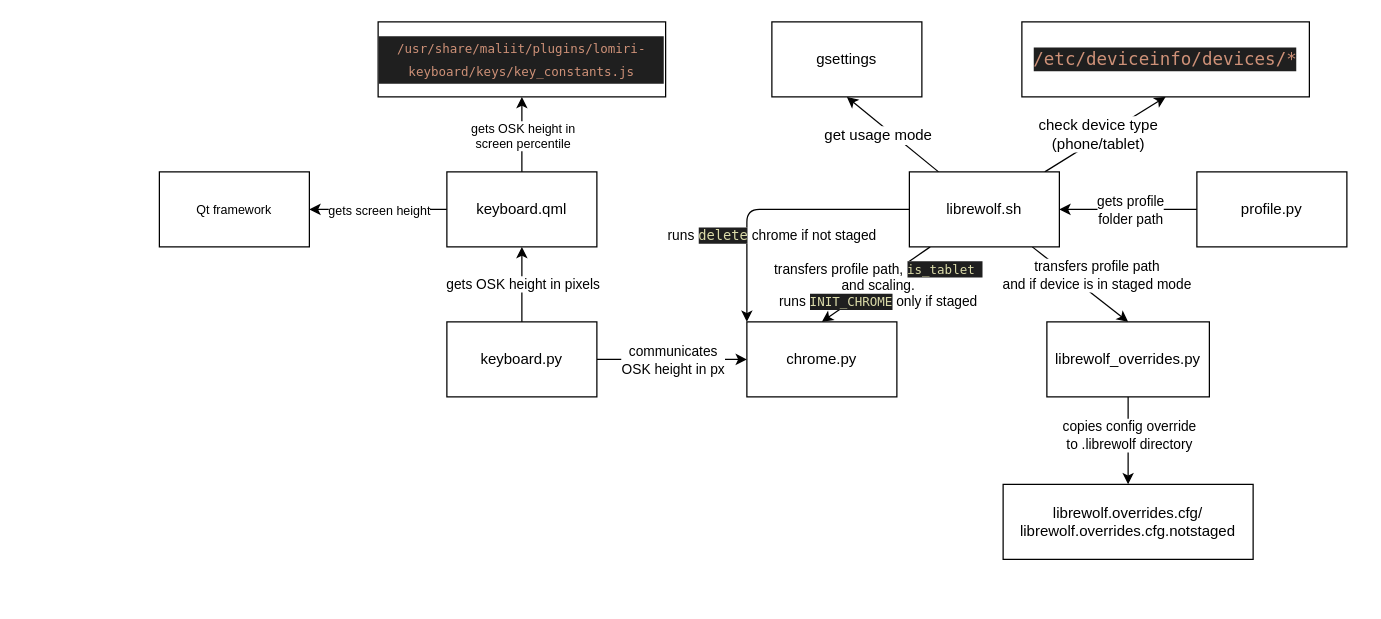
ChromiumOS-Guy/uWolf keeps this draw.io diagram as flowcharts/profile_init_architecture.drawio. Above is the earlier version. Source tidied: cells renumbered, new cells numbered last; positions are measured from the earlier drawing's top-left corner, leaving out a move shared by most shapes. Both pictures are drawn from the tidied source at 125%, with x=0, y=0 at pixel (159, 21).
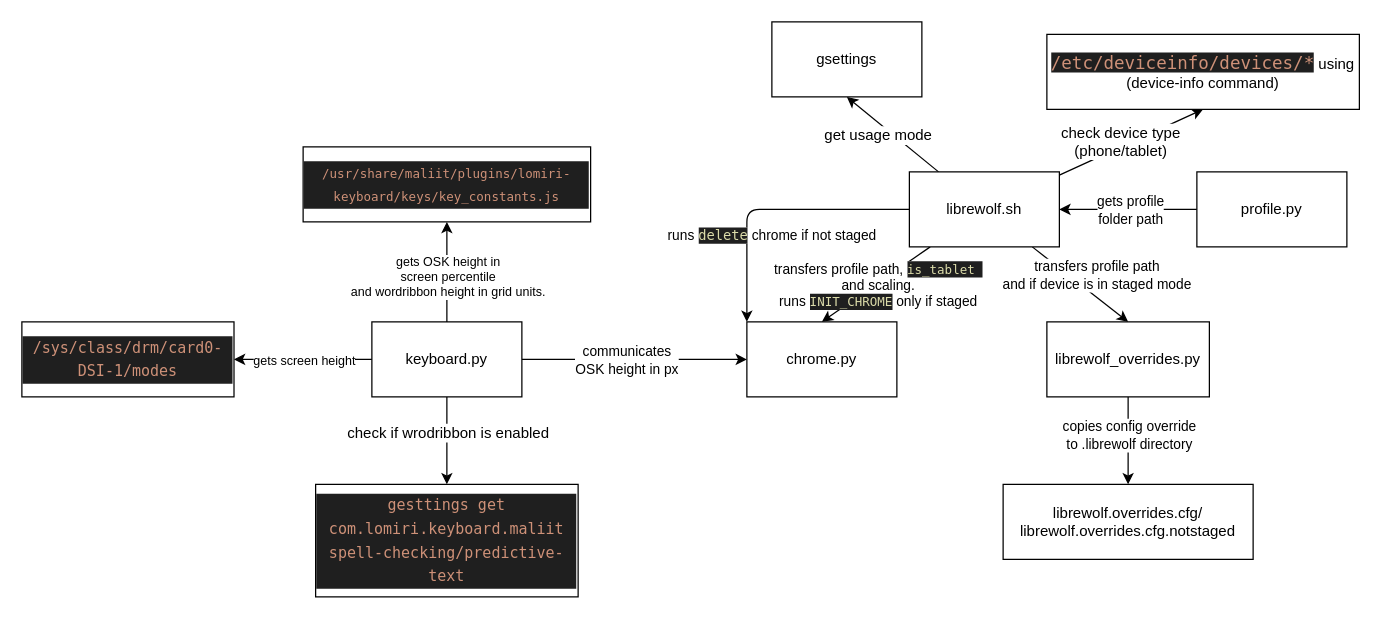
Above is the later version.

Diff of the diagram source:
```diff
@@
-    <mxCell id="11" style="edgeStyle=none;html=1;fontSize=11;" parent="1" edge="1" source="13" target="18">
-      <mxGeometry relative="1" as="geometry" />
-    </mxCell>
-    <mxCell id="12" value="gets OSK height in pixels" style="edgeLabel;html=1;align=center;verticalAlign=middle;fontSize=11;" parent="11" vertex="1">
-      <mxGeometry x="-0.21" relative="1" as="geometry">
-        <mxPoint y="-7" as="offset" />
-      </mxGeometry>
-    </mxCell>
+    <mxCell id="35" style="edgeStyle=none;html=1;fontSize=12;" parent="1" edge="1" source="13" target="37">
+      <mxGeometry relative="1" as="geometry" />
+    </mxCell>
+    <mxCell id="36" value="check if wrodribbon is enabled" style="edgeLabel;html=1;align=center;verticalAlign=middle;fontSize=12;" parent="35" vertex="1">
+      <mxGeometry x="-0.2" relative="1" as="geometry" />
+    </mxCell>
     <mxCell id="13" value="keyboard.py" style="rounded=0;whiteSpace=wrap;html=1;" parent="1" vertex="1">
-      <mxGeometry x="230" y="240" width="120" height="60" as="geometry" />
+      <mxGeometry x="170" y="240" width="120" height="60" as="geometry" />
     </mxCell>
-    <mxCell id="14" style="edgeStyle=none;html=1;fontSize=10;" parent="1" edge="1" source="18" target="31">
+    <mxCell id="14" style="edgeStyle=none;html=1;fontSize=10;exitX=0.5;exitY=0;exitDx=0;exitDy=0;" parent="1" edge="1" source="13" target="31">
       <mxGeometry relative="1" as="geometry" />
     </mxCell>
-    <mxCell id="15" value="gets OSK height in&lt;br&gt;screen percentile" style="edgeLabel;html=1;align=center;verticalAlign=middle;fontSize=10;" parent="14" vertex="1">
+    <mxCell id="15" value="gets OSK height in&lt;br&gt;screen percentile&lt;br&gt;and wordribbon height in grid units." style="edgeLabel;html=1;align=center;verticalAlign=middle;fontSize=10;" parent="14" vertex="1">
       <mxGeometry x="-0.3" relative="1" as="geometry">
         <mxPoint y="-9" as="offset" />
       </mxGeometry>
     </mxCell>
-    <mxCell id="16" style="edgeStyle=none;html=1;fontSize=10;" parent="1" edge="1" source="18" target="32">
+    <mxCell id="16" style="edgeStyle=none;html=1;fontSize=10;" parent="1" edge="1" source="13" target="32">
       <mxGeometry relative="1" as="geometry" />
     </mxCell>
@@
-    <mxCell id="18" value="keyboard.qml" style="rounded=0;whiteSpace=wrap;html=1;" parent="1" vertex="1">
-      <mxGeometry x="230" y="120" width="120" height="60" as="geometry" />
-    </mxCell>
@@
     <mxCell id="31" value="&lt;div style=&quot;color: rgb(204, 204, 204); background-color: rgb(31, 31, 31); font-family: &amp;quot;Droid Sans Mono&amp;quot;, &amp;quot;monospace&amp;quot;, monospace; font-weight: normal; line-height: 19px;&quot;&gt;&lt;div style=&quot;&quot;&gt;&lt;span style=&quot;color: rgb(206, 145, 120);&quot;&gt;&lt;font style=&quot;font-size: 10px;&quot;&gt;/usr/share/maliit/plugins/lomiri-keyboard/keys/key_constants.js&lt;/font&gt;&lt;/span&gt;&lt;/div&gt;&lt;/div&gt;" style="rounded=0;whiteSpace=wrap;html=1;fontSize=11;" parent="1" vertex="1">
-      <mxGeometry x="175" width="230" height="60" as="geometry" />
+      <mxGeometry x="115" y="100" width="230" height="60" as="geometry" />
     </mxCell>
-    <mxCell id="32" value="Qt framework" style="rounded=0;whiteSpace=wrap;html=1;fontSize=10;" parent="1" vertex="1">
-      <mxGeometry y="120" width="120" height="60" as="geometry" />
+    <mxCell id="32" value="&lt;div style=&quot;color: rgb(204, 204, 204); background-color: rgb(31, 31, 31); font-family: &amp;quot;Droid Sans Mono&amp;quot;, &amp;quot;monospace&amp;quot;, monospace; line-height: 19px;&quot;&gt;&lt;span style=&quot;color: rgb(206, 145, 120);&quot;&gt;&lt;font style=&quot;font-size: 12px;&quot;&gt;/sys/class/drm/card0-DSI-1/modes&lt;/font&gt;&lt;/span&gt;&lt;/div&gt;" style="rounded=0;whiteSpace=wrap;html=1;fontSize=10;" parent="1" vertex="1">
+      <mxGeometry x="-110" y="240" width="169.7" height="60" as="geometry" />
     </mxCell>
@@
-    <mxCell id="34" value="&lt;div style=&quot;color: rgb(204, 204, 204); background-color: rgb(31, 31, 31); font-family: &amp;quot;Droid Sans Mono&amp;quot;, &amp;quot;monospace&amp;quot;, monospace; font-size: 14px; line-height: 19px;&quot;&gt;&lt;span style=&quot;color: #ce9178;&quot;&gt;/etc/deviceinfo/devices/*&lt;/span&gt;&lt;/div&gt;" style="rounded=0;whiteSpace=wrap;html=1;fontSize=12;" parent="1" vertex="1">
-      <mxGeometry x="690" width="230" height="60" as="geometry" />
+    <mxCell id="34" value="&lt;div style=&quot;color: rgb(204, 204, 204); background-color: rgb(31, 31, 31); font-family: &amp;quot;Droid Sans Mono&amp;quot;, &amp;quot;monospace&amp;quot;, monospace; font-size: 14px; line-height: 19px;&quot;&gt;&lt;/div&gt;&lt;span style=&quot;color: rgb(206, 145, 120); background-color: rgb(31, 31, 31); font-family: &amp;quot;Droid Sans Mono&amp;quot;, &amp;quot;monospace&amp;quot;, monospace; font-size: 14px;&quot;&gt;/etc/deviceinfo/devices/*&lt;/span&gt;&amp;nbsp;using (device-info command)" style="rounded=0;whiteSpace=wrap;html=1;fontSize=12;" parent="1" vertex="1">
+      <mxGeometry x="710" y="10" width="250" height="60" as="geometry" />
     </mxCell>
+    <mxCell id="37" value="&lt;div style=&quot;color: rgb(204, 204, 204); background-color: rgb(31, 31, 31); font-family: &amp;quot;Droid Sans Mono&amp;quot;, &amp;quot;monospace&amp;quot;, monospace; font-weight: normal; line-height: 19px;&quot;&gt;&lt;div style=&quot;&quot;&gt;&lt;span style=&quot;color: rgb(206, 145, 120);&quot;&gt;&lt;font style=&quot;font-size: 12px;&quot;&gt;gesttings get com.lomiri.keyboard.maliit spell-checking/predictive-text&lt;/font&gt;&lt;/span&gt;&lt;/div&gt;&lt;/div&gt;" style="rounded=0;whiteSpace=wrap;html=1;fontSize=12;" parent="1" vertex="1">
+      <mxGeometry x="125" y="370" width="210" height="90" as="geometry" />
+    </mxCell>
```
